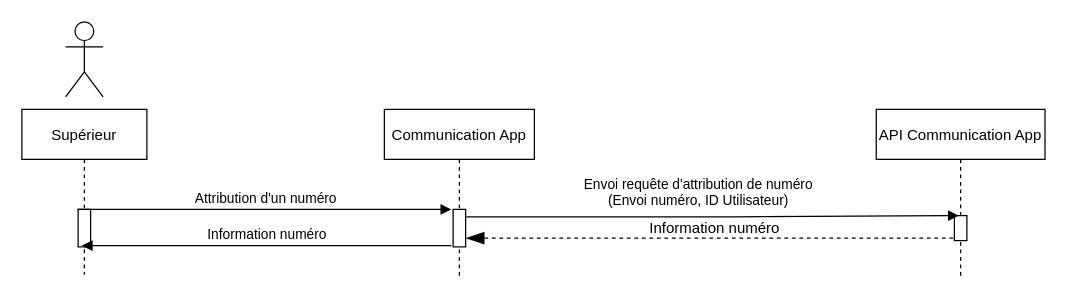
This is page "Gestion des contacts" (2 of 4) of Diagramme sans nom.drawio from LewisYann/App-Asterisk, a draw.io file, before an edit. Source tidied: cells renumbered, new cells numbered last; positions are measured from the earlier drawing's top-left corner, leaving out a move shared by most shapes. Both pictures are drawn from the tidied source at 125%, with x=0, y=0 at pixel (21, 21).
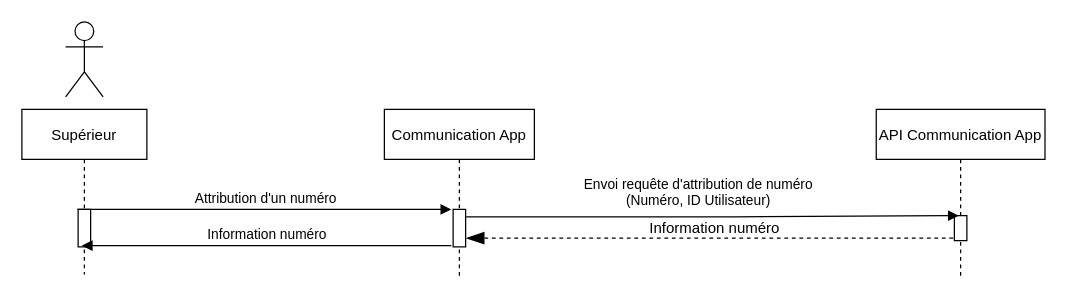
The same page after the edit.

Change to the diagram source:
```diff
@@
 <mxGraphModel>
   <root>
     <mxCell id="0" />
     <mxCell id="1" parent="0" />
     <mxCell id="2" value="API Communication App" style="shape=umlLifeline;perimeter=lifelinePerimeter;rounded=0;shadow=0;strokeWidth=1;" parent="1" vertex="1">
       <mxGeometry x="683.5" y="70" width="135" height="134" as="geometry" />
     </mxCell>
     <mxCell id="3" value="Communication App" style="shape=umlLifeline;perimeter=lifelinePerimeter;rounded=0;shadow=0;strokeWidth=1;" parent="1" vertex="1">
       <mxGeometry x="290" y="70" width="120" height="134" as="geometry" />
     </mxCell>
     <mxCell id="4" value="Supérieur" style="shape=umlLifeline;perimeter=lifelinePerimeter;rounded=0;shadow=0;strokeWidth=1;" parent="1" vertex="1">
       <mxGeometry y="70" width="100" height="132" as="geometry" />
     </mxCell>
     <mxCell id="5" style="perimeter=orthogonalPerimeter;rounded=0;shadow=0;strokeWidth=1;" parent="1" vertex="1">
       <mxGeometry x="45" y="150" width="10" height="30" as="geometry" />
     </mxCell>
     <mxCell id="6" style="perimeter=orthogonalPerimeter;rounded=0;shadow=0;strokeWidth=1;" parent="1" vertex="1">
       <mxGeometry x="345" y="150" width="10" height="30" as="geometry" />
     </mxCell>
     <mxCell id="7" value="Attribution d'un numéro" style="html=1;verticalAlign=bottom;endArrow=block;strokeColor=#000000;" parent="1" edge="1">
       <mxGeometry relative="1" as="geometry">
         <mxPoint x="44.5" y="150" as="sourcePoint" />
         <mxPoint x="343.5" y="150" as="targetPoint" />
       </mxGeometry>
     </mxCell>
     <mxCell id="8" value="Information numéro" style="html=1;verticalAlign=bottom;endArrow=block;strokeColor=#000000;entryX=0.3;entryY=1;entryDx=0;entryDy=0;entryPerimeter=0;" parent="1" edge="1">
       <mxGeometry relative="1" as="geometry">
         <mxPoint x="343.5" y="179" as="sourcePoint" />
         <mxPoint x="48" y="179" as="targetPoint" />
       </mxGeometry>
     </mxCell>
     <mxCell id="9" style="perimeter=orthogonalPerimeter;rounded=0;shadow=0;strokeWidth=1;" parent="1" vertex="1">
       <mxGeometry x="746" y="155" width="10" height="20" as="geometry" />
     </mxCell>
-    <mxCell id="10" value="Envoi requête d'attribution de numéro &lt;br&gt;(Envoi numéro, ID Utilisateur)" style="html=1;verticalAlign=bottom;endArrow=block;strokeColor=#000000;" parent="1" edge="1">
+    <mxCell id="10" value="Envoi requête d'attribution de numéro &lt;br&gt;(Numéro, ID Utilisateur)" style="html=1;verticalAlign=bottom;endArrow=block;strokeColor=#000000;" parent="1" edge="1">
       <mxGeometry x="-0.06" y="4" relative="1" as="geometry">
         <mxPoint x="355.5" y="156" as="sourcePoint" />
         <mxPoint x="749.5" y="155" as="targetPoint" />
         <Array as="points">
           <mxPoint x="559.5" y="156" />
         </Array>
       </mxGeometry>
     </mxCell>
     <mxCell id="11" style="endArrow=blockThin;endFill=1;endSize=12;html=1;dashed=1;entryX=1.15;entryY=0.767;entryDx=0;entryDy=0;entryPerimeter=0;" parent="1" edge="1">
       <mxGeometry relative="1" as="geometry">
         <mxPoint x="745" y="173" as="sourcePoint" />
         <mxPoint x="355.5" y="173" as="targetPoint" />
       </mxGeometry>
     </mxCell>
     <mxCell id="12" value="Information numéro" style="text;html=1;align=center;verticalAlign=middle;strokeColor=none;" parent="1" vertex="1">
       <mxGeometry x="493.5" y="155" width="120" height="20" as="geometry" />
     </mxCell>
     <mxCell id="13" style="shape=umlActor;verticalLabelPosition=bottom;verticalAlign=top;html=1;" parent="1" vertex="1">
       <mxGeometry x="35" width="30" height="60" as="geometry" />
     </mxCell>
   </root>
 </mxGraphModel>
```
